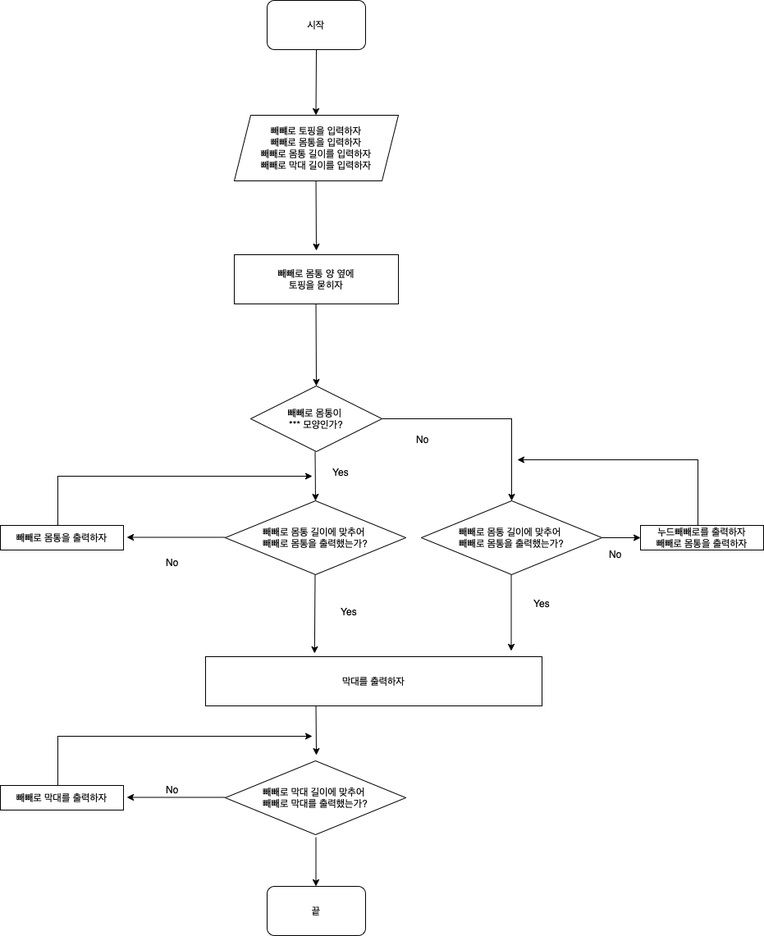
Before: PrintPockyByOrder.png, a diagram exported from draw.io (yagom-academy/swift-starter-Round1). Source tidied: cells renumbered, new cells last; positions are measured from the earlier drawing's top-left corner, leaving out a move shared by most shapes.
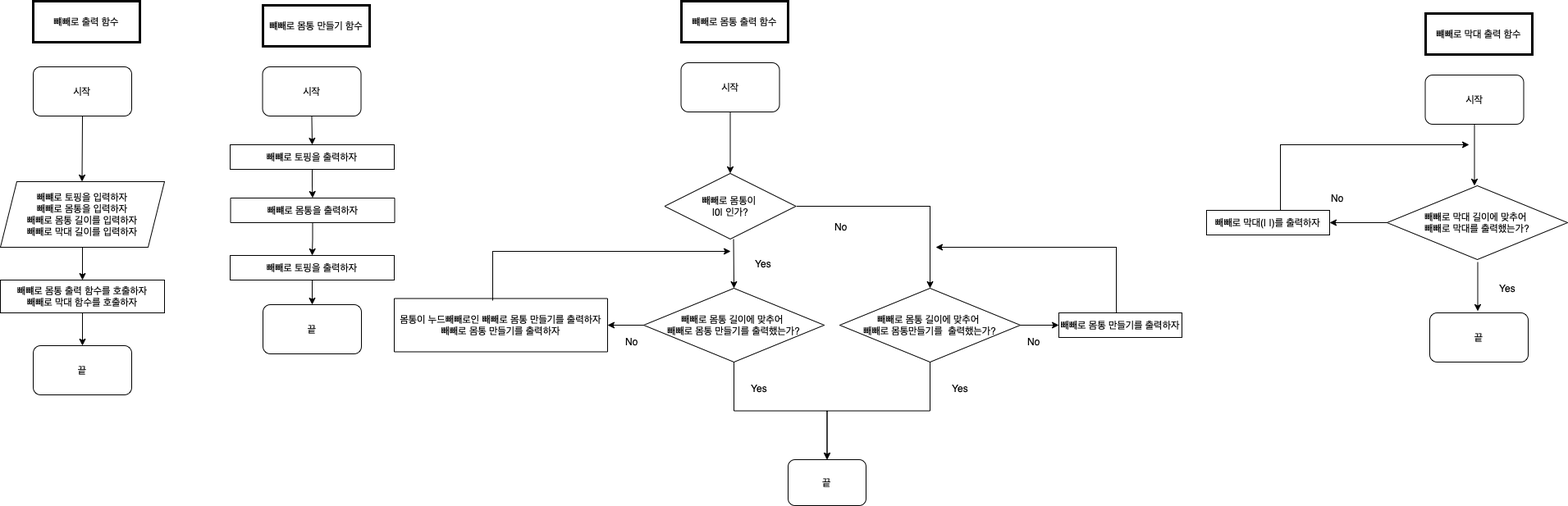
The same file after the commit.

Commit message:
Step3 순서도 수정

The edit, as a diff of the source:
```diff
@@ -3,163 +3,199 @@
     <mxCell id="0" />
     <mxCell id="1" parent="0" />
     <mxCell id="2" value="시작" style="rounded=1;whiteSpace=wrap;html=1;" parent="1" vertex="1">
-      <mxGeometry x="325" width="120" height="60" as="geometry" />
+      <mxGeometry x="70" y="105" width="120" height="60" as="geometry" />
     </mxCell>
     <mxCell id="3" style="endArrow=classic;html=1;rounded=0;exitX=0.5;exitY=1;exitDx=0;exitDy=0;" parent="1" edge="1" source="2">
       <mxGeometry relative="1" as="geometry">
-        <mxPoint x="384.5" y="140" as="targetPoint" />
+        <mxPoint x="129.5" y="245" as="targetPoint" />
       </mxGeometry>
     </mxCell>
     <mxCell id="4" value="끝" style="rounded=1;whiteSpace=wrap;html=1;" parent="1" vertex="1">
-      <mxGeometry x="325" y="1080" width="120" height="60" as="geometry" />
+      <mxGeometry x="70" y="445" width="120" height="60" as="geometry" />
     </mxCell>
-    <mxCell id="5" style="endArrow=classic;html=1;rounded=0;" parent="1" edge="1">
-      <mxGeometry relative="1" as="geometry">
-        <mxPoint x="384.5" y="1020" as="sourcePoint" />
-        <mxPoint x="384.5" y="1080" as="targetPoint" />
-      </mxGeometry>
-    </mxCell>
+    <mxCell id="36" style="edgeStyle=orthogonalEdgeStyle;rounded=0;jettySize=auto;html=1;" parent="1" edge="1" source="6" target="4">
+      <mxGeometry relative="1" as="geometry" />
+    </mxCell>
-    <mxCell id="6" value="빼빼로 몸통 양 옆에 &lt;br&gt;토핑을 묻히자" style="rounded=0;whiteSpace=wrap;html=1;" parent="1" vertex="1">
-      <mxGeometry x="285" y="310" width="200" height="60" as="geometry" />
+    <mxCell id="6" value="빼뺴로 몸통 출력 함수를 호출하자&lt;br&gt;빼빼로 막대 함수를 호출하자" style="rounded=0;whiteSpace=wrap;html=1;" parent="1" vertex="1">
+      <mxGeometry x="30" y="365" width="200" height="40" as="geometry" />
     </mxCell>
+    <mxCell id="37" style="edgeStyle=orthogonalEdgeStyle;rounded=0;jettySize=auto;html=1;" parent="1" edge="1" source="7" target="6">
+      <mxGeometry relative="1" as="geometry" />
+    </mxCell>
     <mxCell id="7" value="빼뺴로 토핑을 입력하자&lt;br&gt;빼빼로 몸통을 입력하자&lt;br&gt;빼빼로 몸통 길이를 입력하자&lt;br&gt;빼빼로 막대 길이를 입력하자" style="shape=parallelogram;perimeter=parallelogramPerimeter;whiteSpace=wrap;html=1;fixedSize=1;" parent="1" vertex="1">
-      <mxGeometry x="285" y="140" width="200" height="80" as="geometry" />
+      <mxGeometry x="30" y="245" width="200" height="80" as="geometry" />
     </mxCell>
-    <mxCell id="8" style="endArrow=classic;html=1;rounded=0;entryX=0.5;entryY=0;entryDx=0;entryDy=0;" parent="1" edge="1">
-      <mxGeometry relative="1" as="geometry">
-        <mxPoint x="384.5" y="220" as="sourcePoint" />
-        <mxPoint x="385" y="305" as="targetPoint" />
-        <Array as="points">
-          <mxPoint x="384.5" y="220" />
-        </Array>
-      </mxGeometry>
-    </mxCell>
-    <mxCell id="9" value="막대를 출력하자" style="rounded=0;whiteSpace=wrap;html=1;" parent="1" vertex="1">
-      <mxGeometry x="250" y="800" width="410" height="60" as="geometry" />
-    </mxCell>
-    <mxCell id="10" style="endArrow=classic;html=1;rounded=0;" parent="1" edge="1">
-      <mxGeometry relative="1" as="geometry">
-        <mxPoint x="384.5" y="860" as="sourcePoint" />
-        <mxPoint x="385" y="920" as="targetPoint" />
-      </mxGeometry>
-    </mxCell>
-    <mxCell id="11" value="빼빼로 몸통이&amp;nbsp;&lt;br&gt;*** 모양인가?" style="rhombus;whiteSpace=wrap;html=1;" parent="1" vertex="1">
-      <mxGeometry x="305" y="470" width="160" height="80" as="geometry" />
-    </mxCell>
-    <mxCell id="12" style="endArrow=classic;html=1;rounded=0;" parent="1" edge="1">
-      <mxGeometry relative="1" as="geometry">
-        <mxPoint x="384.5" y="370" as="sourcePoint" />
-        <mxPoint x="385" y="470" as="targetPoint" />
-      </mxGeometry>
-    </mxCell>
-    <mxCell id="13" value="Yes" style="text;html=1;strokeColor=none;fillColor=none;align=center;verticalAlign=middle;whiteSpace=wrap;rounded=0;" parent="1" vertex="1">
-      <mxGeometry x="385" y="560" width="60" height="30" as="geometry" />
-    </mxCell>
-    <mxCell id="14" style="endArrow=classic;html=1;rounded=0;" parent="1" edge="1">
-      <mxGeometry relative="1" as="geometry">
-        <mxPoint x="383.5" y="550" as="sourcePoint" />
-        <mxPoint x="384" y="610" as="targetPoint" />
-      </mxGeometry>
-    </mxCell>
-    <mxCell id="15" value="빼빼로 몸통을 출력하자" style="rounded=0;whiteSpace=wrap;html=1;" parent="1" vertex="1">
-      <mxGeometry y="640" width="150" height="30" as="geometry" />
-    </mxCell>
-    <mxCell id="16" value="빼빼로 몸통 길이에 맞추어 &lt;br&gt;빼빼로 몸통을 출력했는가?" style="rhombus;whiteSpace=wrap;html=1;" parent="1" vertex="1">
-      <mxGeometry x="274" y="610" width="220" height="90" as="geometry" />
-    </mxCell>
-    <mxCell id="17" style="endArrow=classic;html=1;rounded=0;" parent="1" edge="1">
-      <mxGeometry relative="1" as="geometry">
-        <mxPoint x="274" y="654.5" as="sourcePoint" />
-        <mxPoint x="154" y="654.5" as="targetPoint" />
-      </mxGeometry>
-    </mxCell>
-    <mxCell id="18" value="No" style="text;html=1;strokeColor=none;fillColor=none;align=center;verticalAlign=middle;whiteSpace=wrap;rounded=0;" parent="1" vertex="1">
-      <mxGeometry x="180" y="670" width="60" height="30" as="geometry" />
-    </mxCell>
-    <mxCell id="19" style="endArrow=classic;html=1;rounded=0;" parent="1" edge="1">
-      <mxGeometry relative="1" as="geometry">
-        <mxPoint x="70" y="640" as="sourcePoint" />
-        <mxPoint x="380" y="580" as="targetPoint" />
-        <Array as="points">
-          <mxPoint x="70" y="580" />
-        </Array>
-      </mxGeometry>
-    </mxCell>
-    <mxCell id="20" style="endArrow=classic;html=1;rounded=0;entryX=0.324;entryY=-0.067;entryDx=0;entryDy=0;entryPerimeter=0;" parent="1" edge="1" target="9">
-      <mxGeometry relative="1" as="geometry">
-        <mxPoint x="383.5" y="700" as="sourcePoint" />
-      </mxGeometry>
-    </mxCell>
-    <mxCell id="21" value="Yes" style="text;html=1;strokeColor=none;fillColor=none;align=center;verticalAlign=middle;whiteSpace=wrap;rounded=0;" parent="1" vertex="1">
-      <mxGeometry x="395" y="730" width="60" height="30" as="geometry" />
-    </mxCell>
-    <mxCell id="22" value="빼빼로 몸통 길이에 맞추어 &lt;br&gt;빼빼로 몸통을 출력했는가?" style="rhombus;whiteSpace=wrap;html=1;" parent="1" vertex="1">
-      <mxGeometry x="513" y="610" width="220" height="90" as="geometry" />
-    </mxCell>
-    <mxCell id="23" style="endArrow=classic;html=1;rounded=0;" parent="1" edge="1">
-      <mxGeometry relative="1" as="geometry">
-        <mxPoint x="622.5" y="700" as="sourcePoint" />
-        <mxPoint x="622.5" y="793" as="targetPoint" />
-      </mxGeometry>
-    </mxCell>
-    <mxCell id="24" style="endArrow=classic;html=1;rounded=0;" parent="1" edge="1">
-      <mxGeometry relative="1" as="geometry">
-        <mxPoint x="733" y="655" as="sourcePoint" />
-        <mxPoint x="780" y="655" as="targetPoint" />
-      </mxGeometry>
-    </mxCell>
-    <mxCell id="25" value="Yes" style="text;html=1;strokeColor=none;fillColor=none;align=center;verticalAlign=middle;whiteSpace=wrap;rounded=0;" parent="1" vertex="1">
-      <mxGeometry x="630" y="720" width="60" height="30" as="geometry" />
-    </mxCell>
-    <mxCell id="26" value="누드빼빼로를 출력하자&lt;br&gt;빼빼로 몸통을 출력하자" style="rounded=0;whiteSpace=wrap;html=1;" parent="1" vertex="1">
-      <mxGeometry x="780" y="640" width="150" height="30" as="geometry" />
-    </mxCell>
-    <mxCell id="27" style="endArrow=classic;html=1;rounded=0;entryX=0.5;entryY=0;entryDx=0;entryDy=0;" parent="1" edge="1" target="22">
-      <mxGeometry relative="1" as="geometry">
-        <mxPoint x="465" y="510" as="sourcePoint" />
-        <Array as="points">
-          <mxPoint x="623" y="510" />
-        </Array>
-      </mxGeometry>
-    </mxCell>
-    <mxCell id="28" style="endArrow=classic;html=1;rounded=0;" parent="1" edge="1">
-      <mxGeometry relative="1" as="geometry">
-        <mxPoint x="850" y="640" as="sourcePoint" />
-        <mxPoint x="630" y="560" as="targetPoint" />
-        <Array as="points">
-          <mxPoint x="850" y="560" />
-        </Array>
-      </mxGeometry>
-    </mxCell>
-    <mxCell id="29" value="No" style="text;html=1;strokeColor=none;fillColor=none;align=center;verticalAlign=middle;whiteSpace=wrap;rounded=0;" parent="1" vertex="1">
-      <mxGeometry x="720" y="660" width="60" height="30" as="geometry" />
-    </mxCell>
-    <mxCell id="30" value="No" style="text;html=1;strokeColor=none;fillColor=none;align=center;verticalAlign=middle;whiteSpace=wrap;rounded=0;" parent="1" vertex="1">
-      <mxGeometry x="485" y="520" width="60" height="30" as="geometry" />
-    </mxCell>
-    <mxCell id="31" value="빼빼로 막대를 출력하자" style="rounded=0;whiteSpace=wrap;html=1;" parent="1" vertex="1">
-      <mxGeometry y="957" width="150" height="30" as="geometry" />
-    </mxCell>
+    <mxCell id="38" style="edgeStyle=orthogonalEdgeStyle;rounded=0;jettySize=auto;html=1;entryX=0.5;entryY=0;entryDx=0;entryDy=0;" parent="1" edge="1" source="39" target="41">
+      <mxGeometry relative="1" as="geometry" />
+    </mxCell>
+    <mxCell id="39" value="빼뺴로 토핑을 출력하자" style="rounded=0;whiteSpace=wrap;html=1;" parent="1" vertex="1">
+      <mxGeometry x="310" y="200" width="200" height="30" as="geometry" />
+    </mxCell>
+    <mxCell id="40" style="edgeStyle=orthogonalEdgeStyle;rounded=0;jettySize=auto;html=1;entryX=0.5;entryY=0;entryDx=0;entryDy=0;" parent="1" edge="1" source="41" target="43">
+      <mxGeometry relative="1" as="geometry" />
+    </mxCell>
+    <mxCell id="41" value="빼뺴로 몸통을 출력하자" style="rounded=0;whiteSpace=wrap;html=1;" parent="1" vertex="1">
+      <mxGeometry x="310.5" y="265" width="200" height="30" as="geometry" />
+    </mxCell>
+    <mxCell id="42" style="edgeStyle=orthogonalEdgeStyle;rounded=0;jettySize=auto;html=1;entryX=0.5;entryY=0;entryDx=0;entryDy=0;" parent="1" edge="1" source="43" target="46">
+      <mxGeometry relative="1" as="geometry" />
+    </mxCell>
+    <mxCell id="43" value="빼빼로 토핑을 출력하자" style="rounded=0;whiteSpace=wrap;html=1;" parent="1" vertex="1">
+      <mxGeometry x="310" y="335" width="200" height="30" as="geometry" />
+    </mxCell>
+    <mxCell id="44" style="edgeStyle=orthogonalEdgeStyle;rounded=0;jettySize=auto;html=1;entryX=0.5;entryY=0;entryDx=0;entryDy=0;" parent="1" edge="1" target="39">
+      <mxGeometry relative="1" as="geometry">
+        <mxPoint x="409.5" y="135" as="sourcePoint" />
+      </mxGeometry>
+    </mxCell>
+    <mxCell id="45" value="시작" style="rounded=1;whiteSpace=wrap;html=1;" parent="1" vertex="1">
+      <mxGeometry x="349.5" y="105" width="120" height="60" as="geometry" />
+    </mxCell>
+    <mxCell id="46" value="끝" style="rounded=1;whiteSpace=wrap;html=1;" parent="1" vertex="1">
+      <mxGeometry x="350" y="395" width="120" height="60" as="geometry" />
+    </mxCell>
+    <mxCell id="47" value="뺴빼로 몸통 만들기 함수" style="text;html=1;strokeColor=default;fillColor=none;align=center;verticalAlign=middle;whiteSpace=wrap;rounded=0;strokeWidth=3;perimeterSpacing=0;" parent="1" vertex="1">
+      <mxGeometry x="350" y="30" width="130" height="50" as="geometry" />
+    </mxCell>
+    <mxCell id="48" style="edgeStyle=orthogonalEdgeStyle;rounded=0;jettySize=auto;html=1;" parent="1" edge="1" source="49" target="51">
+      <mxGeometry relative="1" as="geometry" />
+    </mxCell>
+    <mxCell id="49" value="시작" style="rounded=1;whiteSpace=wrap;html=1;" parent="1" vertex="1">
+      <mxGeometry x="859.5" y="100" width="120" height="60" as="geometry" />
+    </mxCell>
+    <mxCell id="50" value="뺴빼로 몸통 출력 함수" style="text;html=1;strokeColor=default;fillColor=none;align=center;verticalAlign=middle;whiteSpace=wrap;rounded=0;strokeWidth=3;perimeterSpacing=0;" parent="1" vertex="1">
+      <mxGeometry x="860" y="25" width="130" height="50" as="geometry" />
+    </mxCell>
+    <mxCell id="51" value="빼빼로 몸통이&amp;nbsp;&lt;br&gt;|0| 인가?" style="rhombus;whiteSpace=wrap;html=1;" parent="1" vertex="1">
+      <mxGeometry x="839.5" y="235" width="160" height="80" as="geometry" />
+    </mxCell>
+    <mxCell id="52" value="Yes" style="text;html=1;strokeColor=none;fillColor=none;align=center;verticalAlign=middle;whiteSpace=wrap;rounded=0;" parent="1" vertex="1">
+      <mxGeometry x="930" y="330" width="60" height="30" as="geometry" />
+    </mxCell>
+    <mxCell id="53" style="endArrow=classic;html=1;rounded=0;" parent="1" edge="1">
+      <mxGeometry relative="1" as="geometry">
+        <mxPoint x="923.5" y="315" as="sourcePoint" />
+        <mxPoint x="924" y="375" as="targetPoint" />
+      </mxGeometry>
+    </mxCell>
+    <mxCell id="54" value="몸통이 누드빼빼로인 빼빼로 몸통 만들기를 출력하자&lt;br&gt;빼빼로 몸통 만들기를 출력하자" style="rounded=0;whiteSpace=wrap;html=1;" parent="1" vertex="1">
+      <mxGeometry x="510" y="387.5" width="260" height="65" as="geometry" />
+    </mxCell>
+    <mxCell id="55" style="edgeStyle=orthogonalEdgeStyle;rounded=0;jettySize=auto;html=1;" parent="1" edge="1" source="57" target="69">
+      <mxGeometry relative="1" as="geometry" />
+    </mxCell>
+    <mxCell id="56" style="edgeStyle=orthogonalEdgeStyle;rounded=0;jettySize=auto;html=1;entryX=1;entryY=0.5;entryDx=0;entryDy=0;" parent="1" edge="1" source="57" target="54">
+      <mxGeometry relative="1" as="geometry" />
+    </mxCell>
+    <mxCell id="57" value="빼빼로 몸통 길이에 맞추어 &lt;br&gt;빼빼로 몸통 만들기를 출력했는가?" style="rhombus;whiteSpace=wrap;html=1;" parent="1" vertex="1">
+      <mxGeometry x="814" y="375" width="220" height="90" as="geometry" />
+    </mxCell>
+    <mxCell id="58" style="endArrow=classic;html=1;rounded=0;" parent="1" edge="1">
+      <mxGeometry relative="1" as="geometry">
+        <mxPoint x="630" y="390" as="sourcePoint" />
+        <mxPoint x="920" y="330" as="targetPoint" />
+        <Array as="points">
+          <mxPoint x="630" y="330" />
+        </Array>
+      </mxGeometry>
+    </mxCell>
+    <mxCell id="59" value="Yes" style="text;html=1;strokeColor=none;fillColor=none;align=center;verticalAlign=middle;whiteSpace=wrap;rounded=0;" parent="1" vertex="1">
+      <mxGeometry x="925" y="482" width="60" height="30" as="geometry" />
+    </mxCell>
+    <mxCell id="60" style="edgeStyle=orthogonalEdgeStyle;rounded=0;jettySize=auto;html=1;" parent="1" edge="1" source="61" target="69">
+      <mxGeometry relative="1" as="geometry" />
+    </mxCell>
+    <mxCell id="61" value="빼빼로 몸통 길이에 맞추어 &lt;br&gt;빼빼로 몸통만들기를 &amp;nbsp;출력했는가?" style="rhombus;whiteSpace=wrap;html=1;" parent="1" vertex="1">
+      <mxGeometry x="1053" y="375" width="220" height="90" as="geometry" />
+    </mxCell>
+    <mxCell id="62" style="endArrow=classic;html=1;rounded=0;" parent="1" edge="1">
+      <mxGeometry relative="1" as="geometry">
+        <mxPoint x="1273" y="420" as="sourcePoint" />
+        <mxPoint x="1320" y="420" as="targetPoint" />
+      </mxGeometry>
+    </mxCell>
+    <mxCell id="63" value="Yes" style="text;html=1;strokeColor=none;fillColor=none;align=center;verticalAlign=middle;whiteSpace=wrap;rounded=0;" parent="1" vertex="1">
+      <mxGeometry x="1170" y="482" width="60" height="30" as="geometry" />
+    </mxCell>
+    <mxCell id="64" value="빼빼로 몸통 만들기를 출력하자" style="rounded=0;whiteSpace=wrap;html=1;" parent="1" vertex="1">
+      <mxGeometry x="1320" y="405" width="150" height="30" as="geometry" />
+    </mxCell>
+    <mxCell id="65" style="endArrow=classic;html=1;rounded=0;entryX=0.5;entryY=0;entryDx=0;entryDy=0;" parent="1" edge="1" target="61">
+      <mxGeometry relative="1" as="geometry">
+        <mxPoint x="1000" y="275" as="sourcePoint" />
+        <Array as="points">
+          <mxPoint x="1163" y="275" />
+        </Array>
+      </mxGeometry>
+    </mxCell>
+    <mxCell id="66" style="endArrow=classic;html=1;rounded=0;" parent="1" edge="1">
+      <mxGeometry relative="1" as="geometry">
+        <mxPoint x="1390" y="405" as="sourcePoint" />
+        <mxPoint x="1170" y="325" as="targetPoint" />
+        <Array as="points">
+          <mxPoint x="1390" y="325" />
+        </Array>
+      </mxGeometry>
+    </mxCell>
+    <mxCell id="67" value="No" style="text;html=1;strokeColor=none;fillColor=none;align=center;verticalAlign=middle;whiteSpace=wrap;rounded=0;" parent="1" vertex="1">
+      <mxGeometry x="1260" y="425" width="60" height="30" as="geometry" />
+    </mxCell>
+    <mxCell id="68" value="No" style="text;html=1;strokeColor=none;fillColor=none;align=center;verticalAlign=middle;whiteSpace=wrap;rounded=0;" parent="1" vertex="1">
+      <mxGeometry x="1025" y="285" width="60" height="30" as="geometry" />
+    </mxCell>
+    <mxCell id="69" value="끝" style="rounded=1;whiteSpace=wrap;html=1;" parent="1" vertex="1">
+      <mxGeometry x="990" y="584" width="95" height="56" as="geometry" />
+    </mxCell>
+    <mxCell id="70" style="endArrow=classic;html=1;rounded=0;" parent="1" edge="1">
+      <mxGeometry relative="1" as="geometry">
+        <mxPoint x="1830.5" y="343" as="sourcePoint" />
+        <mxPoint x="1830.5" y="403" as="targetPoint" />
+      </mxGeometry>
+    </mxCell>
+    <mxCell id="71" style="edgeStyle=orthogonalEdgeStyle;rounded=0;jettySize=auto;html=1;" parent="1" edge="1" source="72">
+      <mxGeometry relative="1" as="geometry">
+        <mxPoint x="1820" y="200" as="targetPoint" />
+        <Array as="points">
+          <mxPoint x="1590" y="200" />
+        </Array>
+      </mxGeometry>
+    </mxCell>
+    <mxCell id="72" value="빼빼로 막대(| |)를 출력하자" style="rounded=0;whiteSpace=wrap;html=1;" parent="1" vertex="1">
+      <mxGeometry x="1500" y="280" width="150" height="30" as="geometry" />
+    </mxCell>
+    <mxCell id="73" style="edgeStyle=orthogonalEdgeStyle;rounded=0;jettySize=auto;html=1;" parent="1" edge="1" source="32">
+      <mxGeometry relative="1" as="geometry">
+        <mxPoint x="1650" y="295" as="targetPoint" />
+      </mxGeometry>
+    </mxCell>
     <mxCell id="32" value="빼빼로 막대 길이에 맞추어 &lt;br&gt;빼빼로 막대를 출력했는가?" style="rhombus;whiteSpace=wrap;html=1;" parent="1" vertex="1">
-      <mxGeometry x="274" y="927" width="220" height="90" as="geometry" />
+      <mxGeometry x="1720" y="250" width="220" height="90" as="geometry" />
     </mxCell>
-    <mxCell id="33" style="endArrow=classic;html=1;rounded=0;" parent="1" edge="1">
-      <mxGeometry relative="1" as="geometry">
-        <mxPoint x="274" y="971.5" as="sourcePoint" />
-        <mxPoint x="154" y="971.5" as="targetPoint" />
-      </mxGeometry>
-    </mxCell>
-    <mxCell id="34" value="No" style="text;html=1;strokeColor=none;fillColor=none;align=center;verticalAlign=middle;whiteSpace=wrap;rounded=0;" parent="1" vertex="1">
-      <mxGeometry x="180" y="947" width="60" height="30" as="geometry" />
-    </mxCell>
-    <mxCell id="35" style="endArrow=classic;html=1;rounded=0;" parent="1" edge="1">
-      <mxGeometry relative="1" as="geometry">
-        <mxPoint x="70" y="957" as="sourcePoint" />
-        <mxPoint x="380" y="897" as="targetPoint" />
-        <Array as="points">
-          <mxPoint x="70" y="897" />
-        </Array>
-      </mxGeometry>
-    </mxCell>
+    <mxCell id="74" value="No" style="text;html=1;strokeColor=none;fillColor=none;align=center;verticalAlign=middle;whiteSpace=wrap;rounded=0;" parent="1" vertex="1">
+      <mxGeometry x="1630" y="250" width="60" height="30" as="geometry" />
+    </mxCell>
+    <mxCell id="75" style="edgeStyle=orthogonalEdgeStyle;rounded=0;jettySize=auto;html=1;" parent="1" edge="1" source="76">
+      <mxGeometry relative="1" as="geometry">
+        <mxPoint x="1826.5" y="250" as="targetPoint" />
+      </mxGeometry>
+    </mxCell>
+    <mxCell id="76" value="시작" style="rounded=1;whiteSpace=wrap;html=1;" parent="1" vertex="1">
+      <mxGeometry x="1766.5" y="115" width="120" height="60" as="geometry" />
+    </mxCell>
+    <mxCell id="77" value="뺴빼로 막대 출력 함수" style="text;html=1;strokeColor=default;fillColor=none;align=center;verticalAlign=middle;whiteSpace=wrap;rounded=0;strokeWidth=3;perimeterSpacing=0;" parent="1" vertex="1">
+      <mxGeometry x="1767" y="40" width="130" height="50" as="geometry" />
+    </mxCell>
+    <mxCell id="78" value="끝" style="rounded=1;whiteSpace=wrap;html=1;" parent="1" vertex="1">
+      <mxGeometry x="1772" y="405" width="120" height="60" as="geometry" />
+    </mxCell>
+    <mxCell id="79" value="Yes" style="text;html=1;strokeColor=none;fillColor=none;align=center;verticalAlign=middle;whiteSpace=wrap;rounded=0;" parent="1" vertex="1">
+      <mxGeometry x="1837" y="360" width="60" height="30" as="geometry" />
+    </mxCell>
+    <mxCell id="80" value="뺴빼로 출력 함수" style="text;html=1;strokeColor=default;fillColor=none;align=center;verticalAlign=middle;whiteSpace=wrap;rounded=0;strokeWidth=3;perimeterSpacing=0;" parent="1" vertex="1">
+      <mxGeometry x="70" y="25" width="130" height="50" as="geometry" />
+    </mxCell>
+    <mxCell id="81" value="No" style="text;html=1;strokeColor=none;fillColor=none;align=center;verticalAlign=middle;whiteSpace=wrap;rounded=0;" parent="1" vertex="1">
+      <mxGeometry x="770" y="425" width="60" height="30" as="geometry" />
+    </mxCell>
   </root>
 </mxGraphModel>
```
